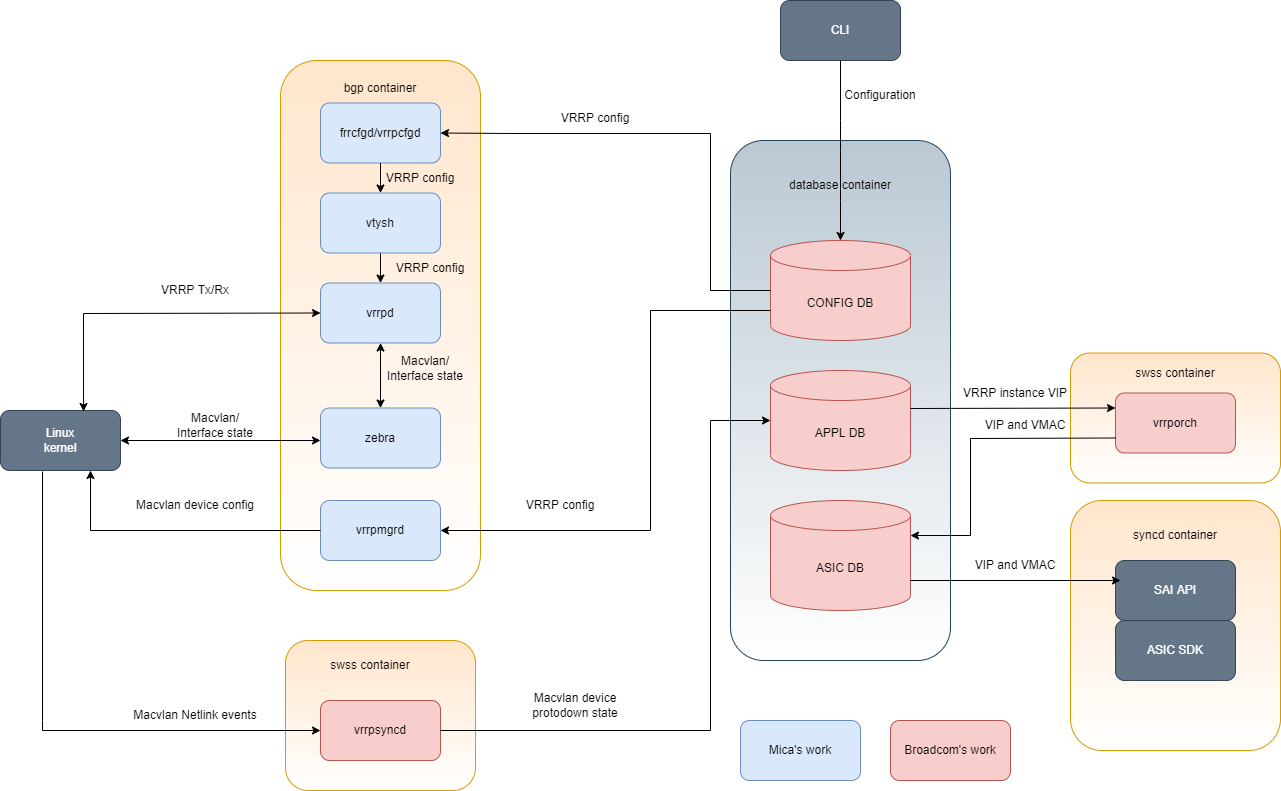
Earlier version of the draw.io export doc/vrrp/images/VRRP_Architecture_Diagram.png (sonic-net/SONiC). Source tidied: cells renumbered, new cells last; positions are measured from the earlier drawing's top-left corner, leaving out a move shared by most shapes.
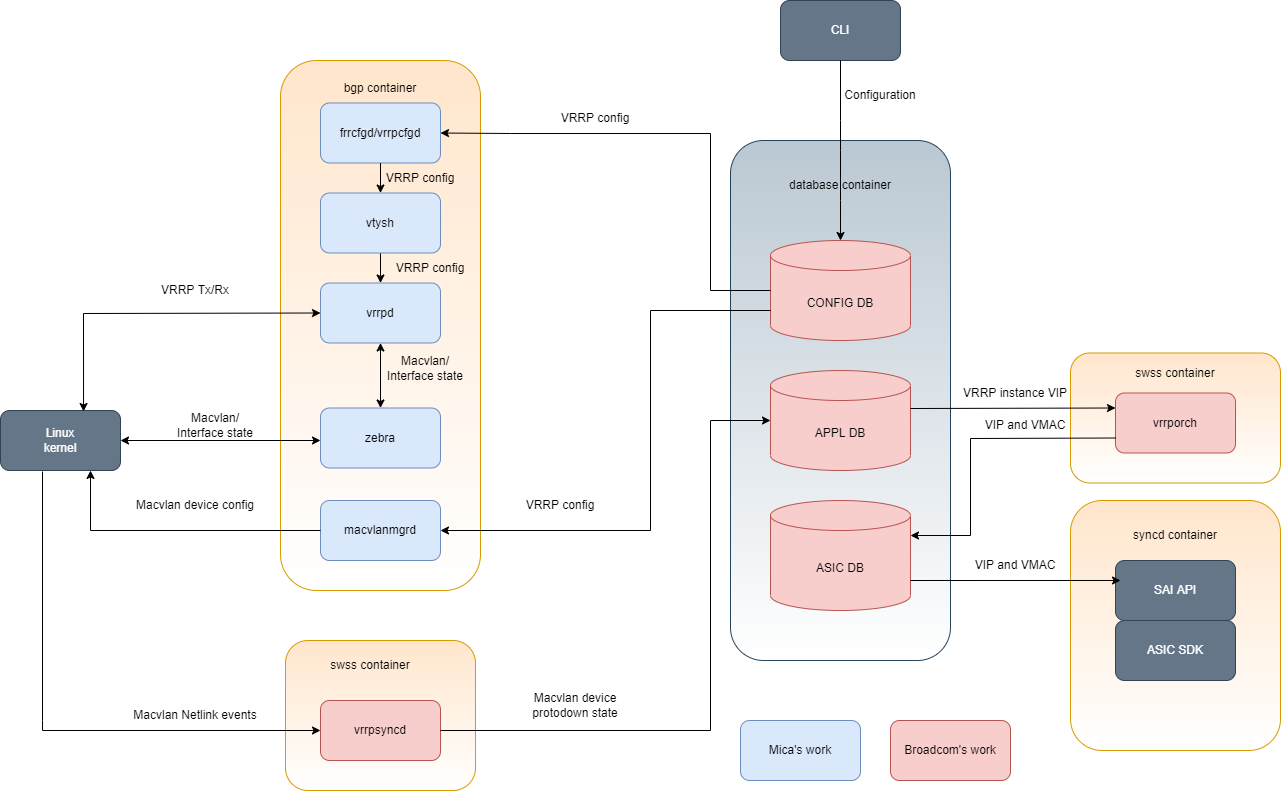
After the commit.

The edit, as a diff of the source:
```diff
@@ -165,7 +165,7 @@
     <mxCell id="47" value="swss container" style="text;html=1;strokeColor=none;fillColor=none;align=center;verticalAlign=middle;whiteSpace=wrap;rounded=0;" parent="1" vertex="1">
       <mxGeometry x="315" y="650" width="110" height="30" as="geometry" />
     </mxCell>
-    <mxCell id="48" value="vrrpmgrd&lt;br&gt;" style="rounded=1;whiteSpace=wrap;html=1;fillColor=#dae8fc;strokeColor=#6c8ebf;gradientColor=none;" parent="1" vertex="1">
+    <mxCell id="48" value="macvlanmgrd" style="rounded=1;whiteSpace=wrap;html=1;fillColor=#dae8fc;strokeColor=#6c8ebf;gradientColor=none;" parent="1" vertex="1">
       <mxGeometry x="320" y="500" width="120" height="60" as="geometry" />
     </mxCell>
     <mxCell id="49" style="endArrow=classic;html=1;rounded=0;exitX=0;exitY=0.5;exitDx=0;exitDy=0;entryX=0.75;entryY=1;entryDx=0;entryDy=0;" parent="1" edge="1" source="48" target="10">
```
